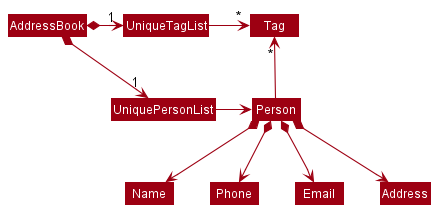
nus-cs2103-AY2223S2/tp keeps this PlantUML diagram as docs/images/BetterModelClassDiagram.png. Above is the earlier version. Source of this version:
```plantuml
@startuml
!include style.puml
skinparam arrowThickness 1.1
skinparam arrowColor MODEL_COLOR
skinparam classBackgroundColor MODEL_COLOR

AddressBook *-right-> "1" UniquePersonList
AddressBook *-right-> "1" UniqueTagList
UniqueTagList -[hidden]down- UniquePersonList
UniqueTagList -[hidden]down- UniquePersonList

UniqueTagList -right-> "*" Tag
UniquePersonList -right-> Person

Person -up-> "*" Tag

Person *--> Name
Person *--> Phone
Person *--> Email
Person *--> Address
@enduml
```
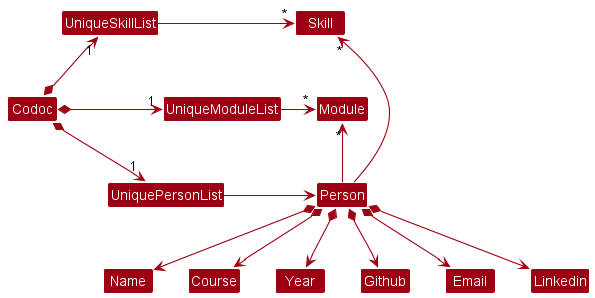
The same diagram one commit later.

Commit message:
Person class and Edit Command class add to DG

Change to the diagram source:
```diff
@@ -4,18 +4,24 @@
 skinparam arrowColor MODEL_COLOR
 skinparam classBackgroundColor MODEL_COLOR
 
-AddressBook *-right-> "1" UniquePersonList
-AddressBook *-right-> "1" UniqueTagList
-UniqueTagList -[hidden]down- UniquePersonList
-UniqueTagList -[hidden]down- UniquePersonList
+Codoc *-right-> "1" UniquePersonList
+Codoc *-up-> "1" UniqueSkillList
+Codoc *-right-> "1" UniqueModuleList
 
-UniqueTagList -right-> "*" Tag
+UniqueSkillList -[hidden]down- UniquePersonList
+UniqueModuleList -[hidden]down- UniquePersonList
+
+UniqueModuleList -right-> "*" Module
+UniqueSkillList -right-> "*" Skill
 UniquePersonList -right-> Person
 
-Person -up-> "*" Tag
+Person -up-> "*" Skill
+Person -up-> "*" Module
 
 Person *--> Name
-Person *--> Phone
+Person *--> Course
+Person *--> Year
+Person *--> Github
 Person *--> Email
-Person *--> Address
+Person *--> Linkedin
 @enduml
```
